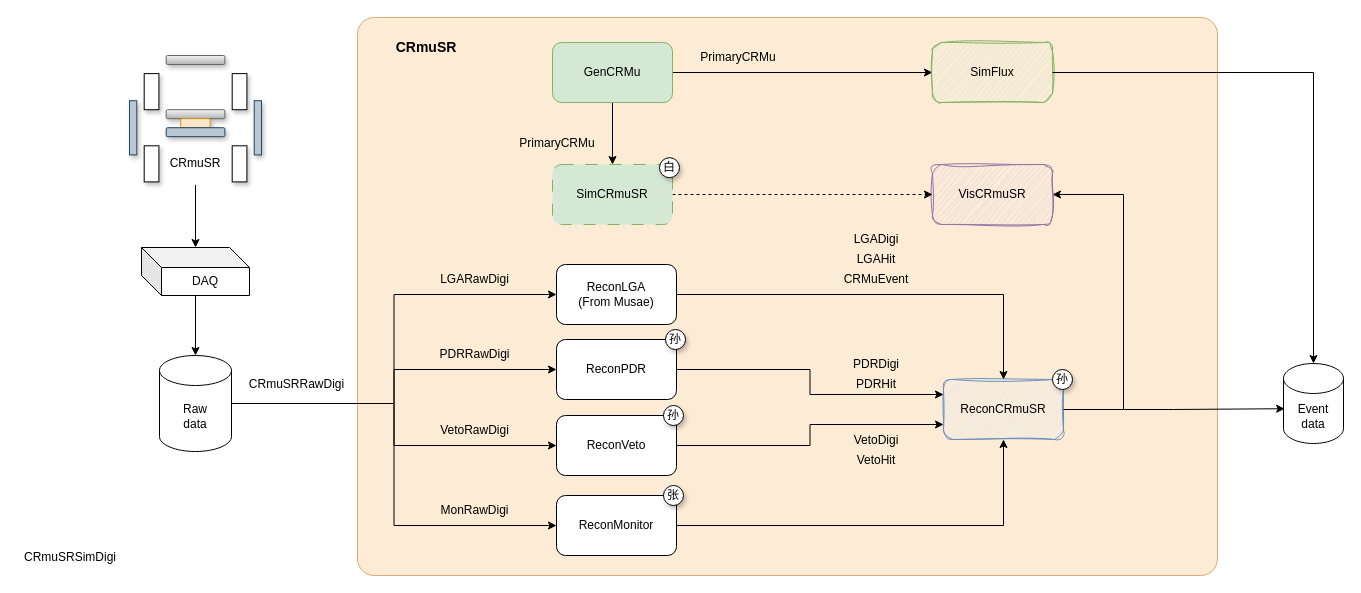
The draw.io diagram CRmuSRRecon.drawio in Lawrence-Sun/diagrams, before the edit. Source tidied: cells renumbered, new cells numbered last; positions are measured from the earlier drawing's top-left corner, leaving out a move shared by most shapes. Both pictures are drawn from the tidied source at 100%, with x=0, y=0 at pixel (17, 17).
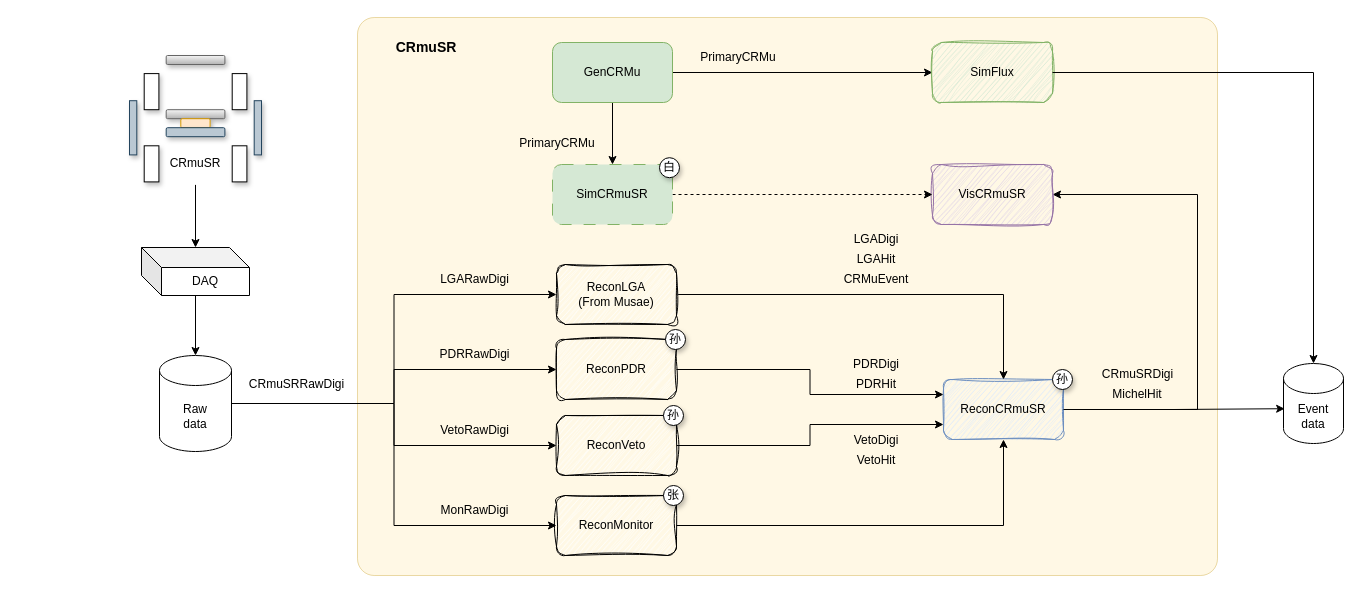
The same page after the edit.

Unchanged cells that the change refers to:
```xml
<mxCell id="4" value="ReconCRmuSR" style="rounded=1;whiteSpace=wrap;html=1;fillColor=#dae8fc;strokeColor=#6c8ebf;sketch=1;curveFitting=1;jiggle=2;" parent="1" vertex="1">
  <mxGeometry x="926" y="362" width="120" height="60" as="geometry" />
</mxCell>
<mxCell id="6" value="VisCRmuSR" style="rounded=1;whiteSpace=wrap;html=1;fillColor=#e1d5e7;strokeColor=#9673a6;sketch=1;curveFitting=1;jiggle=2;" parent="1" vertex="1">
  <mxGeometry x="915" y="147" width="120" height="60" as="geometry" />
</mxCell>
```

What changed in the source:
```diff
@@
-    <mxCell id="2" style="rounded=1;whiteSpace=wrap;html=1;arcSize=3;fillColor=#fad7ac;strokeColor=#b46504;opacity=50;" parent="1" vertex="1">
+    <mxCell id="2" style="rounded=1;whiteSpace=wrap;html=1;arcSize=3;fillColor=#fff2cc;strokeColor=#d6b656;opacity=50;" parent="1" vertex="1">
       <mxGeometry x="340" width="860" height="558" as="geometry" />
     </mxCell>
     <mxCell id="3" style="edgeStyle=orthogonalEdgeStyle;rounded=0;jettySize=auto;html=1;entryX=1;entryY=0.5;entryDx=0;entryDy=0;" parent="1" edge="1" source="4" target="6">
       <mxGeometry relative="1" as="geometry">
         <Array as="points">
-          <mxPoint x="1106" y="392" />
-          <mxPoint x="1106" y="177" />
+          <mxPoint x="1180" y="392" />
+          <mxPoint x="1180" y="177" />
         </Array>
       </mxGeometry>
     </mxCell>
@@
-    <mxCell id="18" value="CRmuSRSimDigi" style="text;html=1;whiteSpace=wrap;strokeColor=none;fillColor=none;align=center;verticalAlign=middle;rounded=0;" parent="1" vertex="1">
-      <mxGeometry y="522" width="106" height="36" as="geometry" />
-    </mxCell>
@@
-    <mxCell id="21" value="ReconLGA&lt;div&gt;(From Musae)&lt;/div&gt;" style="rounded=1;whiteSpace=wrap;html=1;" parent="1" vertex="1">
+    <mxCell id="21" value="ReconLGA&lt;div&gt;(From Musae)&lt;/div&gt;" style="rounded=1;whiteSpace=wrap;html=1;sketch=1;curveFitting=1;jiggle=2;glass=0;shadow=0;fillColor=default;fillStyle=hachure;" parent="1" vertex="1">
       <mxGeometry x="539" y="247" width="120" height="60" as="geometry" />
     </mxCell>
@@
-    <mxCell id="23" value="ReconPDR" style="rounded=1;whiteSpace=wrap;html=1;" parent="1" vertex="1">
+    <mxCell id="23" value="ReconPDR" style="rounded=1;whiteSpace=wrap;html=1;sketch=1;curveFitting=1;jiggle=2;glass=0;shadow=0;fillColor=default;fillStyle=hachure;" parent="1" vertex="1">
       <mxGeometry x="539" y="322" width="120" height="60" as="geometry" />
     </mxCell>
@@
-    <mxCell id="25" value="ReconMonitor" style="rounded=1;whiteSpace=wrap;html=1;" parent="1" vertex="1">
+    <mxCell id="25" value="ReconMonitor" style="rounded=1;whiteSpace=wrap;html=1;sketch=1;curveFitting=1;jiggle=2;glass=0;shadow=0;fillColor=default;fillStyle=hachure;" parent="1" vertex="1">
       <mxGeometry x="539" y="478" width="120" height="60" as="geometry" />
     </mxCell>
@@
-    <mxCell id="27" value="ReconVeto" style="rounded=1;whiteSpace=wrap;html=1;" parent="1" vertex="1">
+    <mxCell id="27" value="ReconVeto" style="rounded=1;whiteSpace=wrap;html=1;sketch=1;curveFitting=1;jiggle=2;glass=0;shadow=0;fillColor=default;fillStyle=hachure;" parent="1" vertex="1">
       <mxGeometry x="539" y="398" width="120" height="60" as="geometry" />
     </mxCell>
@@
+    <mxCell id="64" value="MichelHit" style="text;html=1;whiteSpace=wrap;strokeColor=none;fillColor=none;align=center;verticalAlign=middle;rounded=0;fontColor=light-dark(#000000,#FF8000);" parent="1" vertex="1">
+      <mxGeometry x="1090" y="362" width="60" height="30" as="geometry" />
+    </mxCell>
+    <mxCell id="65" value="CRmuSRDigi" style="text;html=1;whiteSpace=wrap;strokeColor=none;fillColor=none;align=center;verticalAlign=middle;rounded=0;" parent="1" vertex="1">
+      <mxGeometry x="1076" y="342" width="89" height="30" as="geometry" />
+    </mxCell>
```
